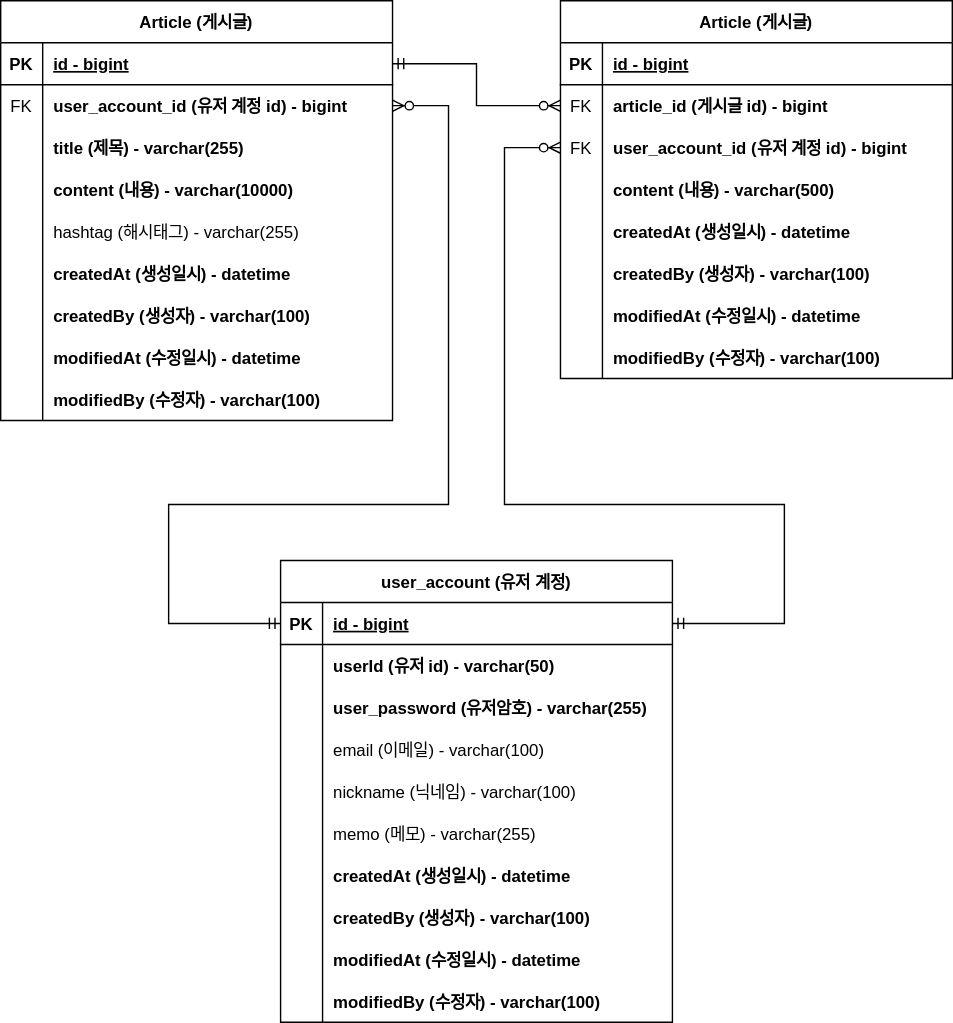
Earlier version of the draw.io export document/project-board-erd.svg (cpwoo/ProjectBoard). Source tidied: cells renumbered, new cells last; positions are measured from the earlier drawing's top-left corner, leaving out a move shared by most shapes.
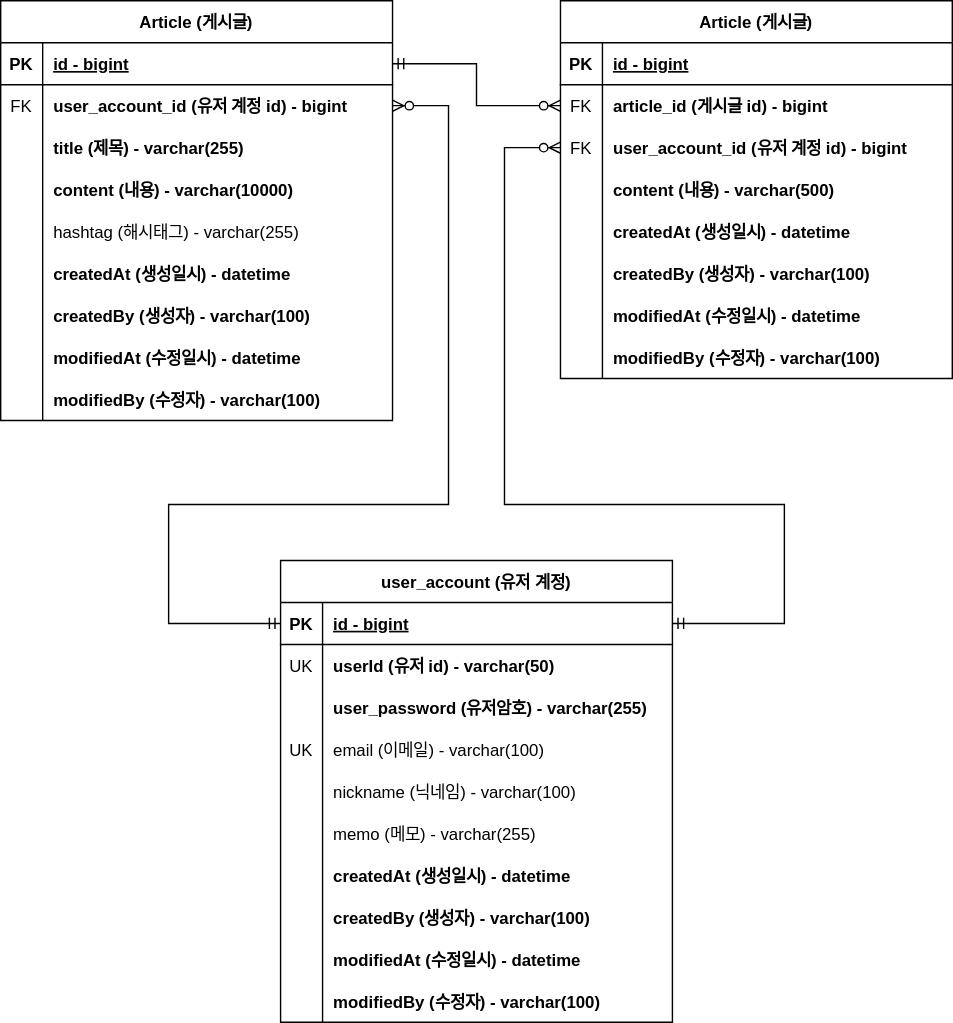
Later version of the same file.

Commit message:
#27 - erd 업데이트: 회원 계정 도메인의 user id와 이메일에 유니크 키 추가

What changed in the source:
```diff
@@ -176,7 +176,7 @@
     <mxCell id="59" style="shape=tableRow;horizontal=0;startSize=0;swimlaneHead=0;swimlaneBody=0;fillColor=none;top=0;left=0;right=0;bottom=0;" parent="55" vertex="1">
       <mxGeometry y="60" width="280" height="30" as="geometry" />
     </mxCell>
-    <mxCell id="60" style="shape=partialRectangle;fillColor=none;top=0;left=0;bottom=0;right=0;overflow=hidden;" parent="59" vertex="1">
+    <mxCell id="60" value="UK" style="shape=partialRectangle;fillColor=none;top=0;left=0;bottom=0;right=0;overflow=hidden;" parent="59" vertex="1">
       <mxGeometry width="30" height="30" as="geometry" />
     </mxCell>
     <mxCell id="61" value="userId (유저 id) - varchar(50)" style="shape=partialRectangle;fillColor=none;top=0;left=0;bottom=0;right=0;align=left;spacingLeft=6;overflow=hidden;fontStyle=1;" parent="59" vertex="1">
@@ -194,7 +194,7 @@
     <mxCell id="65" style="shape=tableRow;horizontal=0;startSize=0;swimlaneHead=0;swimlaneBody=0;fillColor=none;top=0;left=0;right=0;bottom=0;" parent="55" vertex="1">
       <mxGeometry y="120" width="280" height="30" as="geometry" />
     </mxCell>
-    <mxCell id="66" style="shape=partialRectangle;fillColor=none;top=0;left=0;bottom=0;right=0;overflow=hidden;" parent="65" vertex="1">
+    <mxCell id="66" value="UK" style="shape=partialRectangle;fillColor=none;top=0;left=0;bottom=0;right=0;overflow=hidden;" parent="65" vertex="1">
       <mxGeometry width="30" height="30" as="geometry" />
     </mxCell>
     <mxCell id="67" value="email (이메일) - varchar(100)" style="shape=partialRectangle;fillColor=none;top=0;left=0;bottom=0;right=0;align=left;spacingLeft=6;overflow=hidden;fontStyle=0;" parent="65" vertex="1">
```
